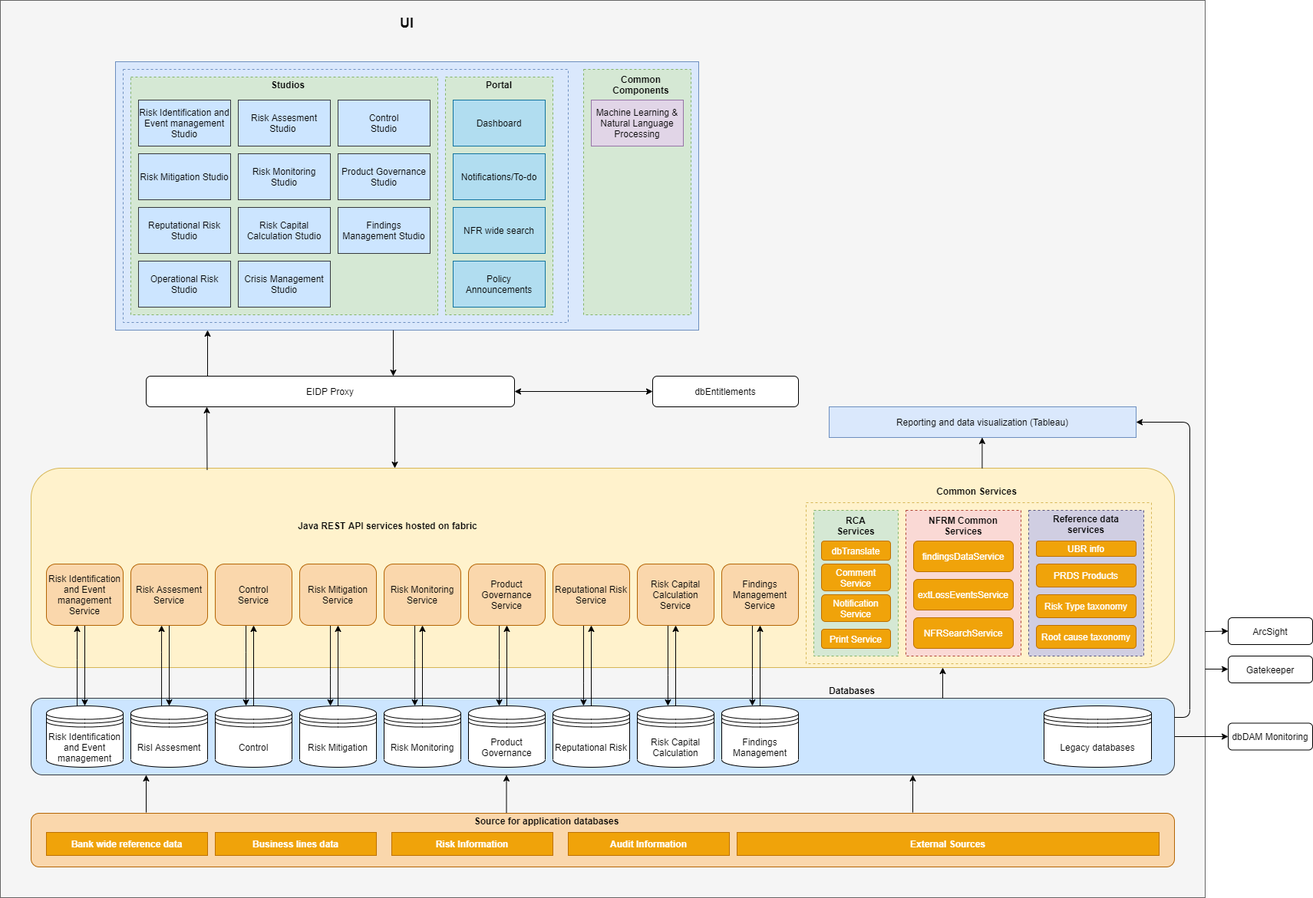
The draw.io diagram dbfuse/technical architecture.png in kothawaderupesh/draw.io-diagrams, before a commit. Source tidied: cells renumbered, new cells last; positions are measured from the earlier drawing's top-left corner, leaving out a move shared by most shapes.
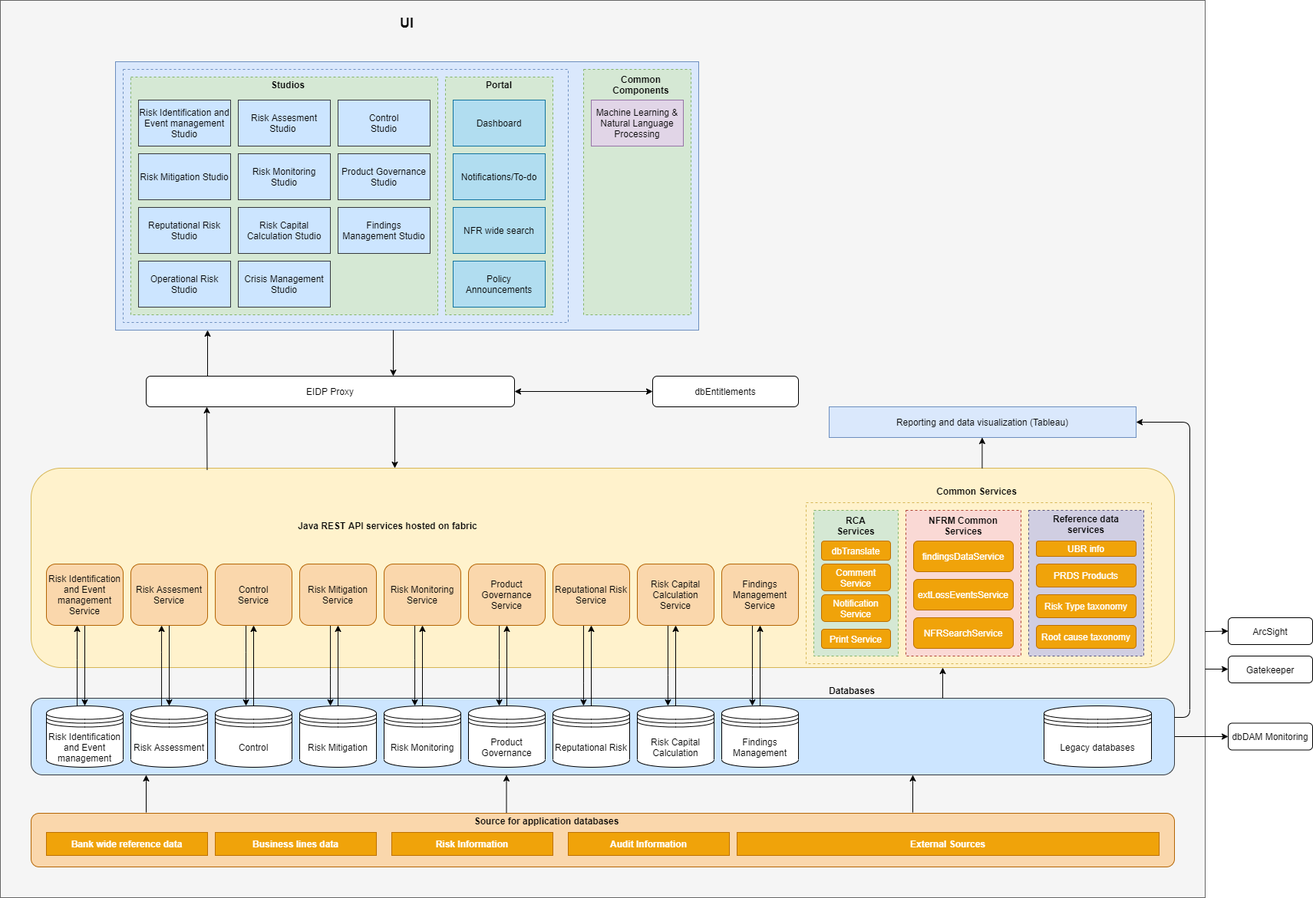
Above is the later version.

The edit, as a diff of the source:
```diff
@@ -58,7 +58,7 @@
     <mxCell id="18" style="edgeStyle=orthogonalEdgeStyle;rounded=0;jettySize=auto;html=1;" parent="1" edge="1" source="38" target="19">
       <mxGeometry relative="1" as="geometry" />
     </mxCell>
-    <mxCell id="19" value="Risl Assesment" style="shape=datastore;whiteSpace=wrap;html=1;" parent="1" vertex="1">
+    <mxCell id="19" value="Risk Assessment" style="shape=datastore;whiteSpace=wrap;html=1;" parent="1" vertex="1">
       <mxGeometry x="170" y="920" width="100" height="80" as="geometry" />
     </mxCell>
     <mxCell id="20" style="edgeStyle=orthogonalEdgeStyle;rounded=0;jettySize=auto;html=1;" parent="1" edge="1" source="21" target="40">
```
